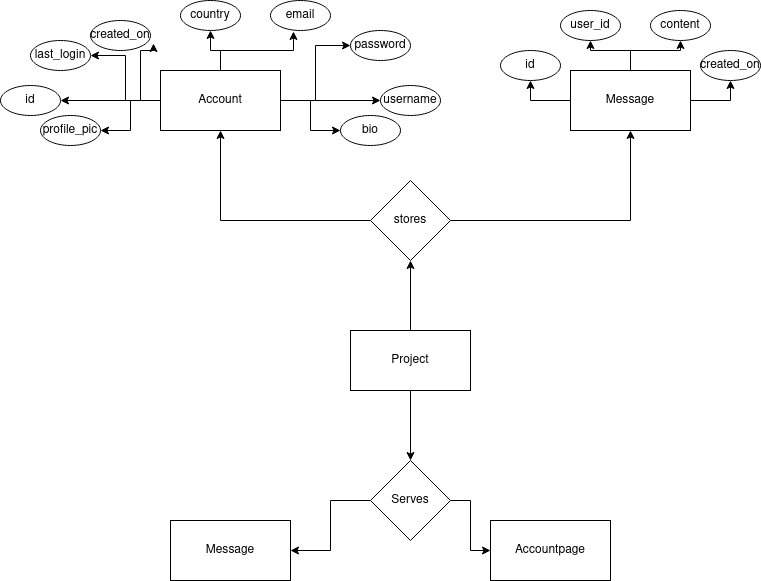
Above: Documentation/Untitled Diagram.drawio.png in Quicksoapy/BirdClone (draw.io), before the change. Source tidied: cells renumbered, new cells last; positions are measured from the earlier drawing's top-left corner, leaving out a move shared by most shapes. Source of this version:
```xml
<mxGraphModel>
  <root>
    <mxCell id="0" />
    <mxCell id="1" parent="0" />
    <mxCell id="2" style="edgeStyle=orthogonalEdgeStyle;rounded=0;jettySize=auto;html=1;" parent="1" edge="1" source="4" target="7">
      <mxGeometry relative="1" as="geometry" />
    </mxCell>
    <mxCell id="3" style="edgeStyle=orthogonalEdgeStyle;rounded=0;jettySize=auto;html=1;entryX=0.5;entryY=0;entryDx=0;entryDy=0;" parent="1" edge="1" source="4" target="38">
      <mxGeometry relative="1" as="geometry" />
    </mxCell>
    <mxCell id="4" value="Project" style="rounded=0;whiteSpace=wrap;html=1;" parent="1" vertex="1">
      <mxGeometry x="350" y="330" width="120" height="60" as="geometry" />
    </mxCell>
    <mxCell id="5" style="edgeStyle=orthogonalEdgeStyle;rounded=0;jettySize=auto;html=1;" parent="1" edge="1" source="7" target="17">
      <mxGeometry relative="1" as="geometry" />
    </mxCell>
    <mxCell id="6" style="edgeStyle=orthogonalEdgeStyle;rounded=0;jettySize=auto;html=1;entryX=0.5;entryY=1;entryDx=0;entryDy=0;" parent="1" edge="1" source="7" target="31">
      <mxGeometry relative="1" as="geometry" />
    </mxCell>
    <mxCell id="7" value="&lt;div&gt;stores&lt;/div&gt;" style="rhombus;whiteSpace=wrap;html=1;rounded=0;" parent="1" vertex="1">
      <mxGeometry x="370" y="180" width="80" height="80" as="geometry" />
    </mxCell>
    <mxCell id="8" style="edgeStyle=orthogonalEdgeStyle;rounded=0;jettySize=auto;html=1;" parent="1" edge="1" source="17" target="18">
      <mxGeometry relative="1" as="geometry" />
    </mxCell>
    <mxCell id="9" style="edgeStyle=orthogonalEdgeStyle;rounded=0;jettySize=auto;html=1;entryX=0;entryY=0.5;entryDx=0;entryDy=0;" parent="1" edge="1" source="17" target="19">
      <mxGeometry relative="1" as="geometry" />
    </mxCell>
    <mxCell id="10" style="edgeStyle=orthogonalEdgeStyle;rounded=0;jettySize=auto;html=1;" parent="1" edge="1" source="17" target="24">
      <mxGeometry relative="1" as="geometry" />
    </mxCell>
    <mxCell id="11" style="edgeStyle=orthogonalEdgeStyle;rounded=0;jettySize=auto;html=1;entryX=1.05;entryY=0.767;entryDx=0;entryDy=0;entryPerimeter=0;" parent="1" edge="1" source="17" target="23">
      <mxGeometry relative="1" as="geometry" />
    </mxCell>
    <mxCell id="12" style="edgeStyle=orthogonalEdgeStyle;rounded=0;jettySize=auto;html=1;entryX=0.5;entryY=1;entryDx=0;entryDy=0;" parent="1" edge="1" source="17" target="22">
      <mxGeometry relative="1" as="geometry" />
    </mxCell>
    <mxCell id="13" style="edgeStyle=orthogonalEdgeStyle;rounded=0;jettySize=auto;html=1;entryX=0.383;entryY=1.033;entryDx=0;entryDy=0;entryPerimeter=0;" parent="1" edge="1" source="17" target="21">
      <mxGeometry relative="1" as="geometry" />
    </mxCell>
    <mxCell id="14" style="edgeStyle=orthogonalEdgeStyle;rounded=0;jettySize=auto;html=1;entryX=0;entryY=0.5;entryDx=0;entryDy=0;" parent="1" edge="1" source="17" target="20">
      <mxGeometry relative="1" as="geometry" />
    </mxCell>
    <mxCell id="15" style="edgeStyle=orthogonalEdgeStyle;rounded=0;jettySize=auto;html=1;entryX=0;entryY=0.5;entryDx=0;entryDy=0;" parent="1" edge="1" source="17" target="25">
      <mxGeometry relative="1" as="geometry" />
    </mxCell>
    <mxCell id="16" style="edgeStyle=orthogonalEdgeStyle;rounded=0;jettySize=auto;html=1;entryX=1;entryY=0.5;entryDx=0;entryDy=0;" parent="1" edge="1" source="17" target="26">
      <mxGeometry relative="1" as="geometry" />
    </mxCell>
    <mxCell id="17" value="Account" style="whiteSpace=wrap;html=1;rounded=0;" parent="1" vertex="1">
      <mxGeometry x="160" y="70" width="120" height="60" as="geometry" />
    </mxCell>
    <mxCell id="18" value="id" style="ellipse;whiteSpace=wrap;html=1;rounded=0;" parent="1" vertex="1">
      <mxGeometry y="85" width="60" height="30" as="geometry" />
    </mxCell>
    <mxCell id="19" value="username" style="ellipse;whiteSpace=wrap;html=1;rounded=0;" parent="1" vertex="1">
      <mxGeometry x="380" y="85" width="60" height="30" as="geometry" />
    </mxCell>
    <mxCell id="20" value="password" style="ellipse;whiteSpace=wrap;html=1;rounded=0;" parent="1" vertex="1">
      <mxGeometry x="350" y="30" width="60" height="30" as="geometry" />
    </mxCell>
    <mxCell id="21" value="email" style="ellipse;whiteSpace=wrap;html=1;rounded=0;" parent="1" vertex="1">
      <mxGeometry x="270" width="60" height="30" as="geometry" />
    </mxCell>
    <mxCell id="22" value="country" style="ellipse;whiteSpace=wrap;html=1;rounded=0;" parent="1" vertex="1">
      <mxGeometry x="180" width="60" height="30" as="geometry" />
    </mxCell>
    <mxCell id="23" value="created_on" style="ellipse;whiteSpace=wrap;html=1;rounded=0;" parent="1" vertex="1">
      <mxGeometry x="90" y="20" width="60" height="30" as="geometry" />
    </mxCell>
    <mxCell id="24" value="last_login" style="ellipse;whiteSpace=wrap;html=1;rounded=0;" parent="1" vertex="1">
      <mxGeometry x="30" y="40" width="60" height="30" as="geometry" />
    </mxCell>
    <mxCell id="25" value="bio" style="ellipse;whiteSpace=wrap;html=1;rounded=0;" parent="1" vertex="1">
      <mxGeometry x="340" y="115" width="60" height="30" as="geometry" />
    </mxCell>
    <mxCell id="26" value="profile_pic" style="ellipse;whiteSpace=wrap;html=1;rounded=0;" parent="1" vertex="1">
      <mxGeometry x="40" y="115" width="60" height="30" as="geometry" />
    </mxCell>
    <mxCell id="27" style="edgeStyle=orthogonalEdgeStyle;rounded=0;jettySize=auto;html=1;entryX=0.5;entryY=1;entryDx=0;entryDy=0;" parent="1" edge="1" source="31" target="32">
      <mxGeometry relative="1" as="geometry" />
    </mxCell>
    <mxCell id="28" style="edgeStyle=orthogonalEdgeStyle;rounded=0;jettySize=auto;html=1;entryX=0.5;entryY=1;entryDx=0;entryDy=0;" parent="1" edge="1" source="31" target="33">
      <mxGeometry relative="1" as="geometry" />
    </mxCell>
    <mxCell id="29" style="edgeStyle=orthogonalEdgeStyle;rounded=0;jettySize=auto;html=1;entryX=0.5;entryY=1;entryDx=0;entryDy=0;" parent="1" edge="1" source="31" target="35">
      <mxGeometry relative="1" as="geometry" />
    </mxCell>
    <mxCell id="30" style="edgeStyle=orthogonalEdgeStyle;rounded=0;jettySize=auto;html=1;entryX=0.5;entryY=1;entryDx=0;entryDy=0;" parent="1" edge="1" source="31" target="34">
      <mxGeometry relative="1" as="geometry" />
    </mxCell>
    <mxCell id="31" value="Message" style="rounded=0;whiteSpace=wrap;html=1;" parent="1" vertex="1">
      <mxGeometry x="570" y="70" width="120" height="60" as="geometry" />
    </mxCell>
    <mxCell id="32" value="user_id" style="ellipse;whiteSpace=wrap;html=1;rounded=0;" parent="1" vertex="1">
      <mxGeometry x="560" y="10" width="60" height="30" as="geometry" />
    </mxCell>
    <mxCell id="33" value="content" style="ellipse;whiteSpace=wrap;html=1;rounded=0;" parent="1" vertex="1">
      <mxGeometry x="650" y="10" width="60" height="30" as="geometry" />
    </mxCell>
    <mxCell id="34" value="id" style="ellipse;whiteSpace=wrap;html=1;rounded=0;" parent="1" vertex="1">
      <mxGeometry x="500" y="50" width="60" height="30" as="geometry" />
    </mxCell>
    <mxCell id="35" value="created_on" style="ellipse;whiteSpace=wrap;html=1;rounded=0;" parent="1" vertex="1">
      <mxGeometry x="700" y="50" width="60" height="30" as="geometry" />
    </mxCell>
    <mxCell id="36" style="edgeStyle=orthogonalEdgeStyle;rounded=0;jettySize=auto;html=1;" parent="1" edge="1" source="38" target="39">
      <mxGeometry relative="1" as="geometry" />
    </mxCell>
    <mxCell id="37" style="edgeStyle=orthogonalEdgeStyle;rounded=0;jettySize=auto;html=1;entryX=0;entryY=0.5;entryDx=0;entryDy=0;" parent="1" edge="1" source="38" target="40">
      <mxGeometry relative="1" as="geometry" />
    </mxCell>
    <mxCell id="38" value="Serves" style="rhombus;whiteSpace=wrap;html=1;" parent="1" vertex="1">
      <mxGeometry x="370" y="460" width="80" height="80" as="geometry" />
    </mxCell>
    <mxCell id="39" value="Message" style="whiteSpace=wrap;html=1;" parent="1" vertex="1">
      <mxGeometry x="170" y="520" width="120" height="60" as="geometry" />
    </mxCell>
    <mxCell id="40" value="Accountpage" style="whiteSpace=wrap;html=1;" parent="1" vertex="1">
      <mxGeometry x="490" y="520" width="120" height="60" as="geometry" />
    </mxCell>
  </root>
</mxGraphModel>
```
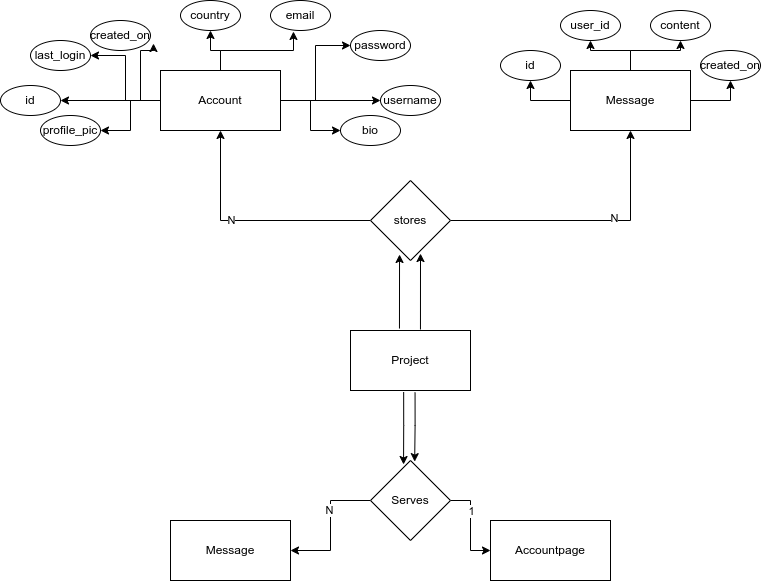
After the change.

Change to the diagram source:
```diff
@@ -2,10 +2,10 @@
   <root>
     <mxCell id="0" />
     <mxCell id="1" parent="0" />
-    <mxCell id="2" style="edgeStyle=orthogonalEdgeStyle;rounded=0;jettySize=auto;html=1;" parent="1" edge="1" source="4" target="7">
+    <mxCell id="2" style="edgeStyle=orthogonalEdgeStyle;rounded=0;jettySize=auto;html=1;entryX=0.363;entryY=0.925;entryDx=0;entryDy=0;entryPerimeter=0;exitX=0.408;exitY=-0.033;exitDx=0;exitDy=0;exitPerimeter=0;" parent="1" edge="1" source="4" target="7">
       <mxGeometry relative="1" as="geometry" />
     </mxCell>
-    <mxCell id="3" style="edgeStyle=orthogonalEdgeStyle;rounded=0;jettySize=auto;html=1;entryX=0.5;entryY=0;entryDx=0;entryDy=0;" parent="1" edge="1" source="4" target="38">
+    <mxCell id="3" style="edgeStyle=orthogonalEdgeStyle;rounded=0;jettySize=auto;html=1;entryX=0.413;entryY=0.05;entryDx=0;entryDy=0;entryPerimeter=0;exitX=0.443;exitY=1.027;exitDx=0;exitDy=0;exitPerimeter=0;" parent="1" edge="1" source="4" target="38">
       <mxGeometry relative="1" as="geometry" />
     </mxCell>
     <mxCell id="4" value="Project" style="rounded=0;whiteSpace=wrap;html=1;" parent="1" vertex="1">
@@ -14,9 +14,15 @@
     <mxCell id="5" style="edgeStyle=orthogonalEdgeStyle;rounded=0;jettySize=auto;html=1;" parent="1" edge="1" source="7" target="17">
       <mxGeometry relative="1" as="geometry" />
     </mxCell>
+    <mxCell id="41" value="N" style="edgeLabel;html=1;align=center;verticalAlign=middle;" parent="5" vertex="1">
+      <mxGeometry x="0.17" y="-1" relative="1" as="geometry" />
+    </mxCell>
     <mxCell id="6" style="edgeStyle=orthogonalEdgeStyle;rounded=0;jettySize=auto;html=1;entryX=0.5;entryY=1;entryDx=0;entryDy=0;" parent="1" edge="1" source="7" target="31">
       <mxGeometry relative="1" as="geometry" />
     </mxCell>
+    <mxCell id="42" value="N" style="edgeLabel;html=1;align=center;verticalAlign=middle;" parent="6" vertex="1">
+      <mxGeometry x="0.21" y="3" relative="1" as="geometry" />
+    </mxCell>
     <mxCell id="7" value="&lt;div&gt;stores&lt;/div&gt;" style="rhombus;whiteSpace=wrap;html=1;rounded=0;" parent="1" vertex="1">
       <mxGeometry x="370" y="180" width="80" height="80" as="geometry" />
     </mxCell>
@@ -107,9 +113,15 @@
     <mxCell id="36" style="edgeStyle=orthogonalEdgeStyle;rounded=0;jettySize=auto;html=1;" parent="1" edge="1" source="38" target="39">
       <mxGeometry relative="1" as="geometry" />
     </mxCell>
+    <mxCell id="43" value="N" style="edgeLabel;html=1;align=center;verticalAlign=middle;" parent="36" vertex="1">
+      <mxGeometry x="-0.24" y="-2" relative="1" as="geometry" />
+    </mxCell>
     <mxCell id="37" style="edgeStyle=orthogonalEdgeStyle;rounded=0;jettySize=auto;html=1;entryX=0;entryY=0.5;entryDx=0;entryDy=0;" parent="1" edge="1" source="38" target="40">
       <mxGeometry relative="1" as="geometry" />
     </mxCell>
+    <mxCell id="44" value="1" style="edgeLabel;html=1;align=center;verticalAlign=middle;" parent="37" vertex="1">
+      <mxGeometry x="-0.33" relative="1" as="geometry" />
+    </mxCell>
     <mxCell id="38" value="Serves" style="rhombus;whiteSpace=wrap;html=1;" parent="1" vertex="1">
       <mxGeometry x="370" y="460" width="80" height="80" as="geometry" />
     </mxCell>
@@ -119,5 +131,11 @@
     <mxCell id="40" value="Accountpage" style="whiteSpace=wrap;html=1;" parent="1" vertex="1">
       <mxGeometry x="490" y="520" width="120" height="60" as="geometry" />
     </mxCell>
+    <mxCell id="45" style="edgeStyle=orthogonalEdgeStyle;rounded=0;jettySize=auto;html=1;entryX=0.625;entryY=0.913;entryDx=0;entryDy=0;entryPerimeter=0;exitX=0.583;exitY=-0.017;exitDx=0;exitDy=0;exitPerimeter=0;" parent="1" edge="1" source="4" target="7">
+      <mxGeometry relative="1" as="geometry" />
+    </mxCell>
+    <mxCell id="46" style="edgeStyle=orthogonalEdgeStyle;rounded=0;jettySize=auto;html=1;entryX=0.552;entryY=0.014;entryDx=0;entryDy=0;entryPerimeter=0;exitX=0.538;exitY=1.035;exitDx=0;exitDy=0;exitPerimeter=0;" parent="1" edge="1" source="4" target="38">
+      <mxGeometry relative="1" as="geometry" />
+    </mxCell>
   </root>
 </mxGraphModel>
```
